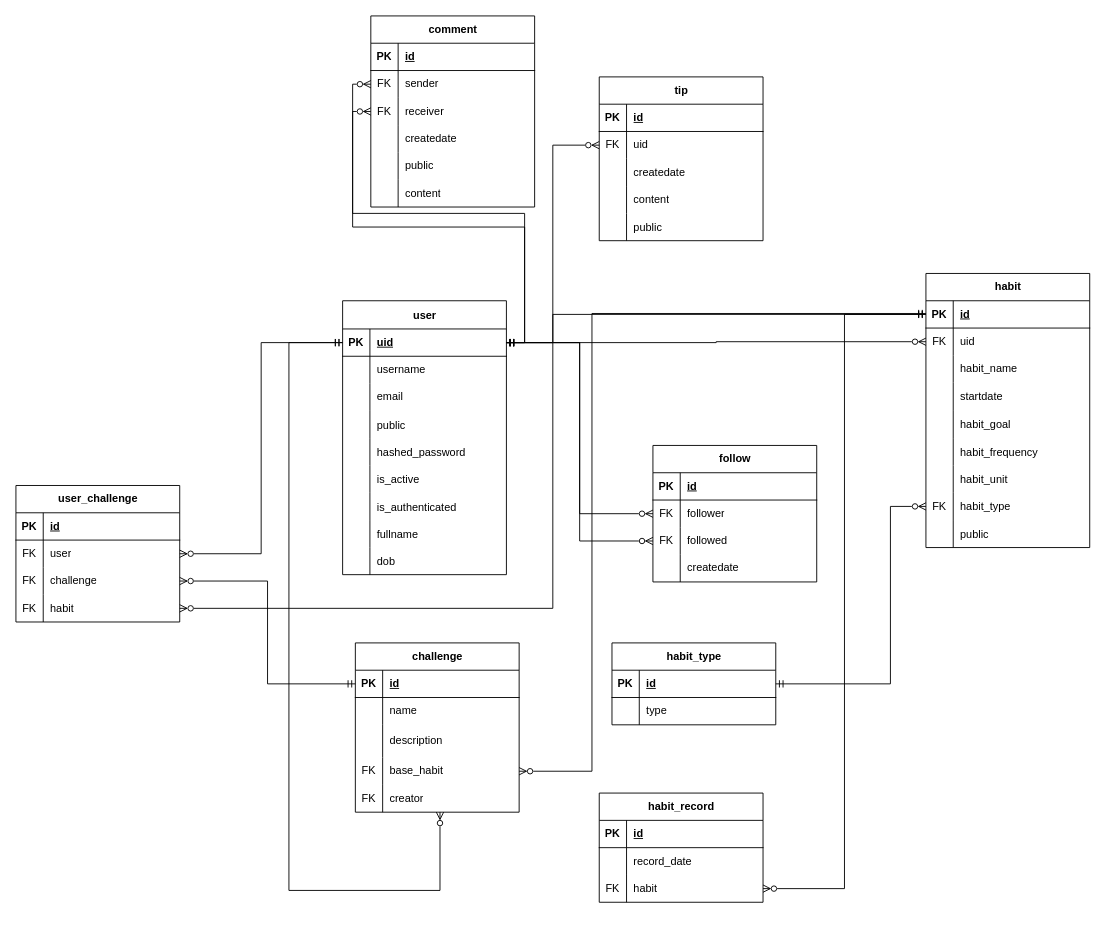
Before: backend/database-erd.drawio in VictorAZ12/web-request-forum, a draw.io diagram. Source tidied: cells renumbered, new cells numbered last; positions are measured from the earlier drawing's top-left corner, leaving out a move shared by most shapes. Both pictures are drawn from the tidied source at 91%, with x=0, y=0 at pixel (15, 15).
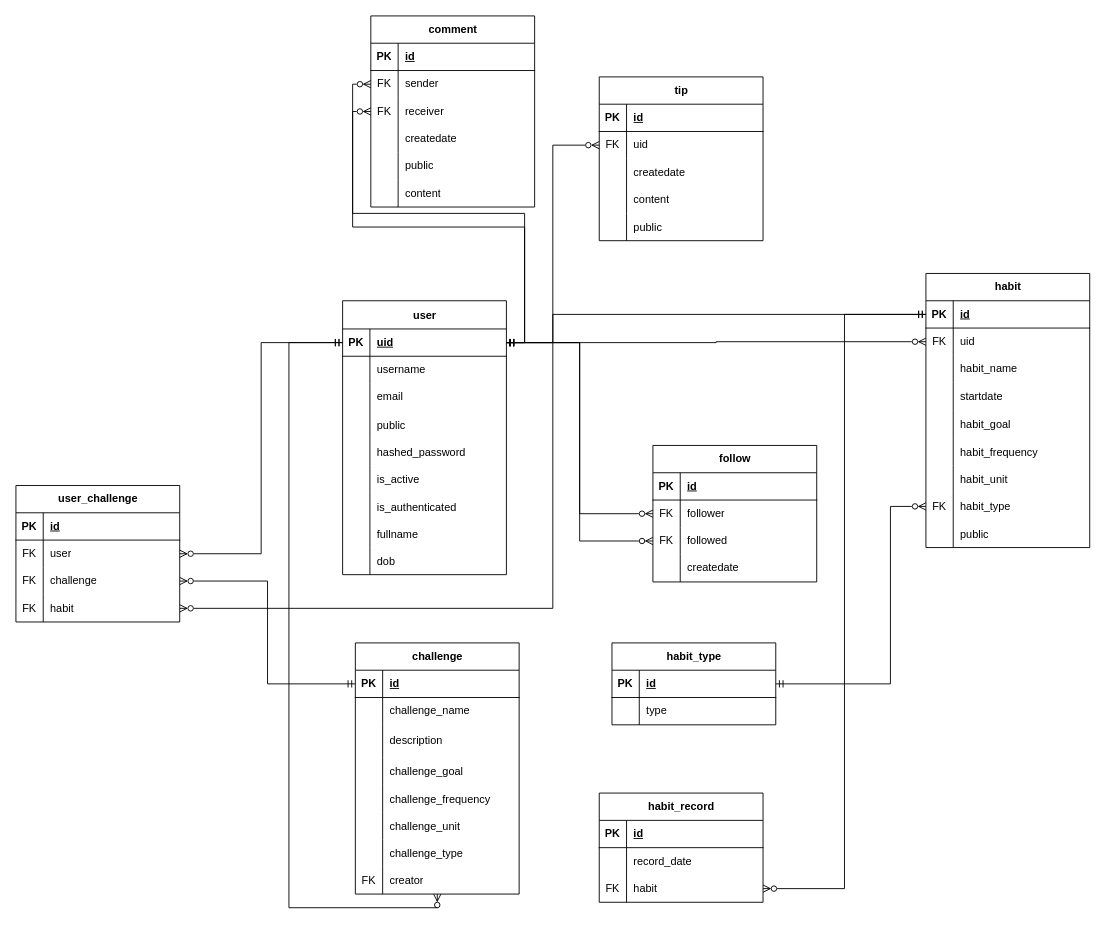
The same diagram, later.

Commit message (it also covers changes not shown here):
Updated challenge model #10 #56

Unchanged cells that the change refers to:
```xml
<mxCell id="3" style="shape=tableRow;horizontal=0;startSize=0;swimlaneHead=0;swimlaneBody=0;fillColor=none;points=[[0,0.5],[1,0.5]];portConstraint=eastwest;top=0;left=0;right=0;bottom=1;" parent="2" vertex="1">
  <mxGeometry y="30" width="180" height="30" as="geometry" />
</mxCell>
<mxCell id="49" style="shape=tableRow;horizontal=0;startSize=0;swimlaneHead=0;swimlaneBody=0;fillColor=none;points=[[0,0.5],[1,0.5]];portConstraint=eastwest;top=0;left=0;right=0;bottom=1;" parent="48" vertex="1">
  <mxGeometry y="31" width="180" height="30" as="geometry" />
</mxCell>
<mxCell id="80" style="shape=tableRow;horizontal=0;startSize=0;swimlaneHead=0;swimlaneBody=0;fillColor=none;top=0;left=0;right=0;bottom=0;" parent="76" vertex="1">
  <mxGeometry y="60" width="180" height="30" as="geometry" />
</mxCell>
<mxCell id="86" style="shape=tableRow;horizontal=0;startSize=0;swimlaneHead=0;swimlaneBody=0;fillColor=none;points=[[0,0.5],[1,0.5]];portConstraint=eastwest;top=0;left=0;right=0;bottom=0;" parent="76" vertex="1">
  <mxGeometry y="126" width="180" height="30" as="geometry" />
</mxCell>
```

What changed in the source:
```diff
@@
     <mxCell id="76" value="challenge" style="shape=table;startSize=30;childLayout=tableLayout;rowLines=0;fontStyle=1;align=center;html=1;" parent="1" vertex="1">
-      <mxGeometry x="373" y="689" width="180" height="186" as="geometry" />
+      <mxGeometry x="373" y="689" width="180" height="276" as="geometry" />
     </mxCell>
@@
-    <mxCell id="82" value="name" style="shape=partialRectangle;fillColor=none;top=0;left=0;bottom=0;right=0;align=left;spacingLeft=6;overflow=hidden;whiteSpace=wrap;html=1;" parent="80" vertex="1">
+    <mxCell id="82" value="challenge_name" style="shape=partialRectangle;fillColor=none;top=0;left=0;bottom=0;right=0;align=left;spacingLeft=6;overflow=hidden;whiteSpace=wrap;html=1;" parent="80" vertex="1">
       <mxGeometry x="30" width="150" height="30" as="geometry" />
     </mxCell>
@@
-    <mxCell id="87" value="FK" style="shape=partialRectangle;fillColor=none;top=0;left=0;bottom=0;right=0;fontStyle=0;overflow=hidden;whiteSpace=wrap;html=1;" parent="86" vertex="1">
-      <mxGeometry width="30" height="30" as="geometry" />
-    </mxCell>
-    <mxCell id="88" value="base_habit" style="shape=partialRectangle;fillColor=none;top=0;left=0;bottom=0;right=0;align=left;spacingLeft=6;fontStyle=0;overflow=hidden;whiteSpace=wrap;html=1;" parent="86" vertex="1">
-      <mxGeometry x="30" width="150" height="30" as="geometry" />
-    </mxCell>
+    <mxCell id="165" style="shape=partialRectangle;fillColor=none;top=0;left=0;bottom=0;right=0;overflow=hidden;" parent="86" vertex="1">
+      <mxGeometry width="30" height="30" as="geometry" />
+    </mxCell>
+    <mxCell id="166" value="challenge_goal" style="shape=partialRectangle;fillColor=none;top=0;left=0;bottom=0;right=0;align=left;spacingLeft=6;overflow=hidden;" parent="86" vertex="1">
+      <mxGeometry x="30" width="150" height="30" as="geometry" />
+    </mxCell>
+    <mxCell id="167" style="shape=tableRow;horizontal=0;startSize=0;swimlaneHead=0;swimlaneBody=0;fillColor=none;top=0;left=0;right=0;bottom=0;" parent="76" vertex="1">
+      <mxGeometry y="156" width="180" height="30" as="geometry" />
+    </mxCell>
+    <mxCell id="168" style="shape=partialRectangle;fillColor=none;top=0;left=0;bottom=0;right=0;overflow=hidden;" parent="167" vertex="1">
+      <mxGeometry width="30" height="30" as="geometry" />
+    </mxCell>
+    <mxCell id="169" value="challenge_frequency" style="shape=partialRectangle;fillColor=none;top=0;left=0;bottom=0;right=0;align=left;spacingLeft=6;overflow=hidden;" parent="167" vertex="1">
+      <mxGeometry x="30" width="150" height="30" as="geometry" />
+    </mxCell>
+    <mxCell id="170" style="shape=tableRow;horizontal=0;startSize=0;swimlaneHead=0;swimlaneBody=0;fillColor=none;top=0;left=0;right=0;bottom=0;" parent="76" vertex="1">
+      <mxGeometry y="186" width="180" height="30" as="geometry" />
+    </mxCell>
+    <mxCell id="171" style="shape=partialRectangle;fillColor=none;top=0;left=0;bottom=0;right=0;overflow=hidden;" parent="170" vertex="1">
+      <mxGeometry width="30" height="30" as="geometry" />
+    </mxCell>
+    <mxCell id="172" value="challenge_unit" style="shape=partialRectangle;fillColor=none;top=0;left=0;bottom=0;right=0;align=left;spacingLeft=6;overflow=hidden;" parent="170" vertex="1">
+      <mxGeometry x="30" width="150" height="30" as="geometry" />
+    </mxCell>
+    <mxCell id="173" style="shape=tableRow;horizontal=0;startSize=0;swimlaneHead=0;swimlaneBody=0;fillColor=none;top=0;left=0;right=0;bottom=0;" parent="76" vertex="1">
+      <mxGeometry y="216" width="180" height="30" as="geometry" />
+    </mxCell>
+    <mxCell id="174" style="shape=partialRectangle;fillColor=none;top=0;left=0;bottom=0;right=0;overflow=hidden;" parent="173" vertex="1">
+      <mxGeometry width="30" height="30" as="geometry" />
+    </mxCell>
+    <mxCell id="175" value="challenge_type" style="shape=partialRectangle;fillColor=none;top=0;left=0;bottom=0;right=0;align=left;spacingLeft=6;overflow=hidden;" parent="173" vertex="1">
+      <mxGeometry x="30" width="150" height="30" as="geometry" />
+    </mxCell>
     <mxCell id="89" style="shape=tableRow;horizontal=0;startSize=0;swimlaneHead=0;swimlaneBody=0;fillColor=none;points=[[0,0.5],[1,0.5]];portConstraint=eastwest;top=0;left=0;right=0;bottom=0;" parent="76" vertex="1">
-      <mxGeometry y="156" width="180" height="30" as="geometry" />
+      <mxGeometry y="246" width="180" height="30" as="geometry" />
     </mxCell>
@@
     <mxCell id="92" style="edgeStyle=orthogonalEdgeStyle;rounded=0;jettySize=auto;html=1;startArrow=ERmandOne;startFill=0;endArrow=ERzeroToMany;endFill=0;" parent="1" edge="1" source="49" target="89">
       <mxGeometry relative="1" as="geometry">
         <Array as="points">
           <mxPoint x="300" y="359" />
-          <mxPoint x="300" y="961" />
-          <mxPoint x="466" y="961" />
+          <mxPoint x="300" y="980" />
         </Array>
       </mxGeometry>
     </mxCell>
@@
-    <mxCell id="137" style="edgeStyle=orthogonalEdgeStyle;rounded=0;jettySize=auto;html=1;startArrow=ERzeroToMany;startFill=0;endArrow=ERmandOne;endFill=0;exitX=1;exitY=0.5;exitDx=0;exitDy=0;" parent="1" edge="1" source="86" target="3">
-      <mxGeometry relative="1" as="geometry">
-        <Array as="points">
-          <mxPoint x="633" y="830" />
-          <mxPoint x="633" y="327" />
-        </Array>
-      </mxGeometry>
-    </mxCell>
```
